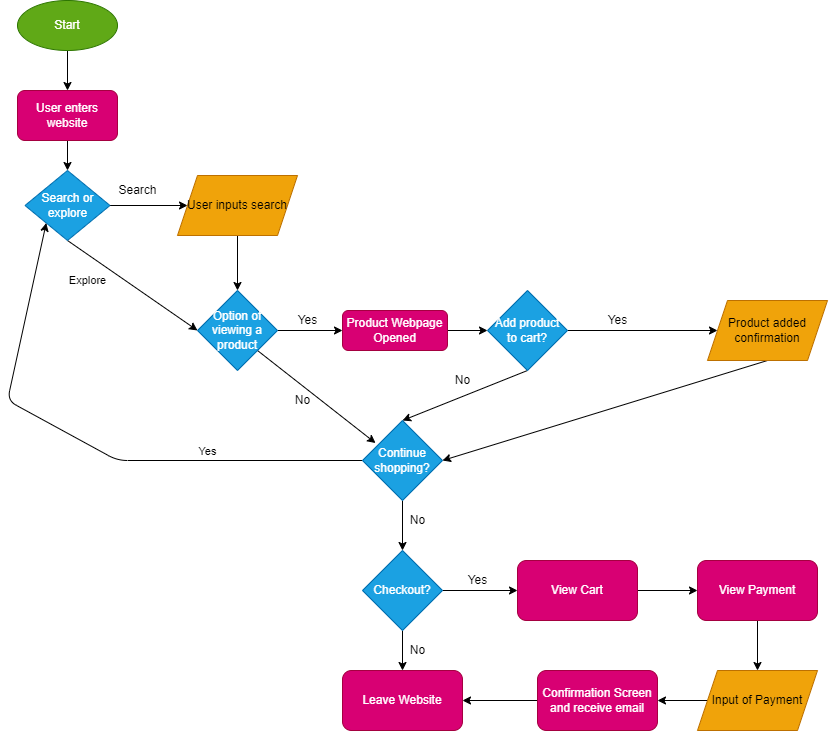
Before: explore/diagramming/diagram.drawio.png, a diagram exported from draw.io (JackMultani/fa22-cse110-lab4). Source tidied: cells renumbered, new cells last; positions are measured from the earlier drawing's top-left corner, leaving out a move shared by most shapes.
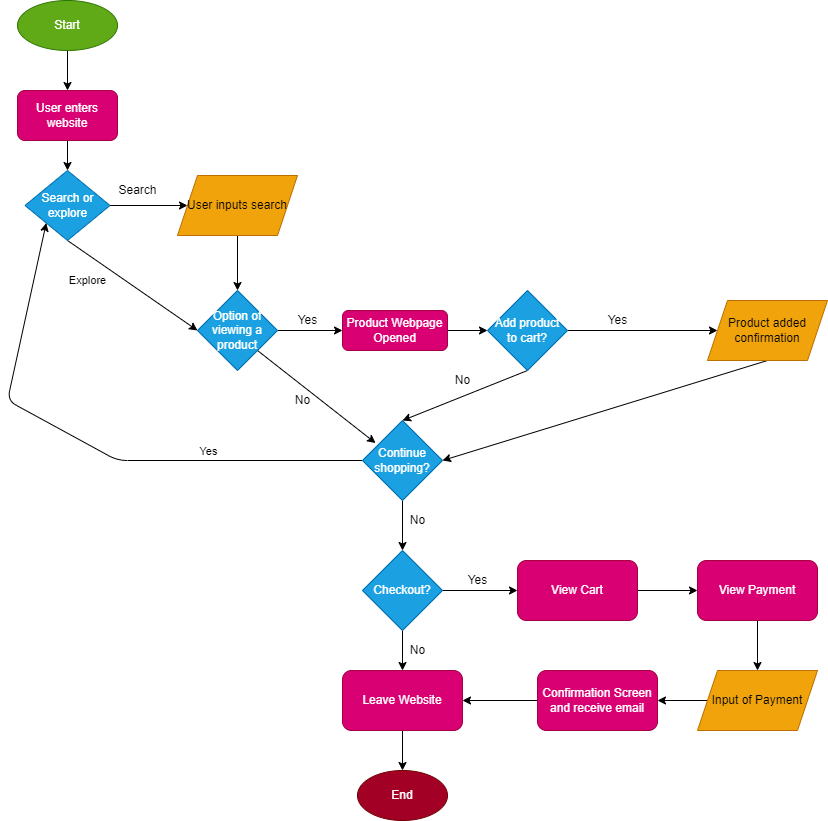
The same diagram one commit later.

What changed in the source:
```diff
@@ -110,6 +110,9 @@
     <mxCell id="34" value="No&lt;br&gt;" style="text;html=1;align=center;verticalAlign=middle;strokeColor=none;fillColor=none;" parent="1" vertex="1">
       <mxGeometry x="395" y="510" width="30" height="20" as="geometry" />
     </mxCell>
+    <mxCell id="46" style="edgeStyle=none;html=1;exitX=0.5;exitY=1;exitDx=0;exitDy=0;entryX=0.5;entryY=0;entryDx=0;entryDy=0;" parent="1" edge="1" source="35" target="47">
+      <mxGeometry relative="1" as="geometry" />
+    </mxCell>
     <mxCell id="35" value="Leave Website" style="rounded=1;whiteSpace=wrap;html=1;fillColor=#d80073;fontColor=#ffffff;strokeColor=#A50040;" parent="1" vertex="1">
       <mxGeometry x="335" y="670" width="120" height="60" as="geometry" />
     </mxCell>
@@ -143,5 +146,8 @@
     <mxCell id="45" value="Confirmation Screen and receive email" style="rounded=1;whiteSpace=wrap;html=1;fillColor=#d80073;fontColor=#ffffff;strokeColor=#A50040;" parent="1" vertex="1">
       <mxGeometry x="530" y="670" width="120" height="60" as="geometry" />
     </mxCell>
+    <mxCell id="47" value="End" style="ellipse;whiteSpace=wrap;html=1;fillColor=#a20025;fontColor=#ffffff;strokeColor=#6F0000;" parent="1" vertex="1">
+      <mxGeometry x="350" y="770" width="90" height="50" as="geometry" />
+    </mxCell>
   </root>
 </mxGraphModel>
```
